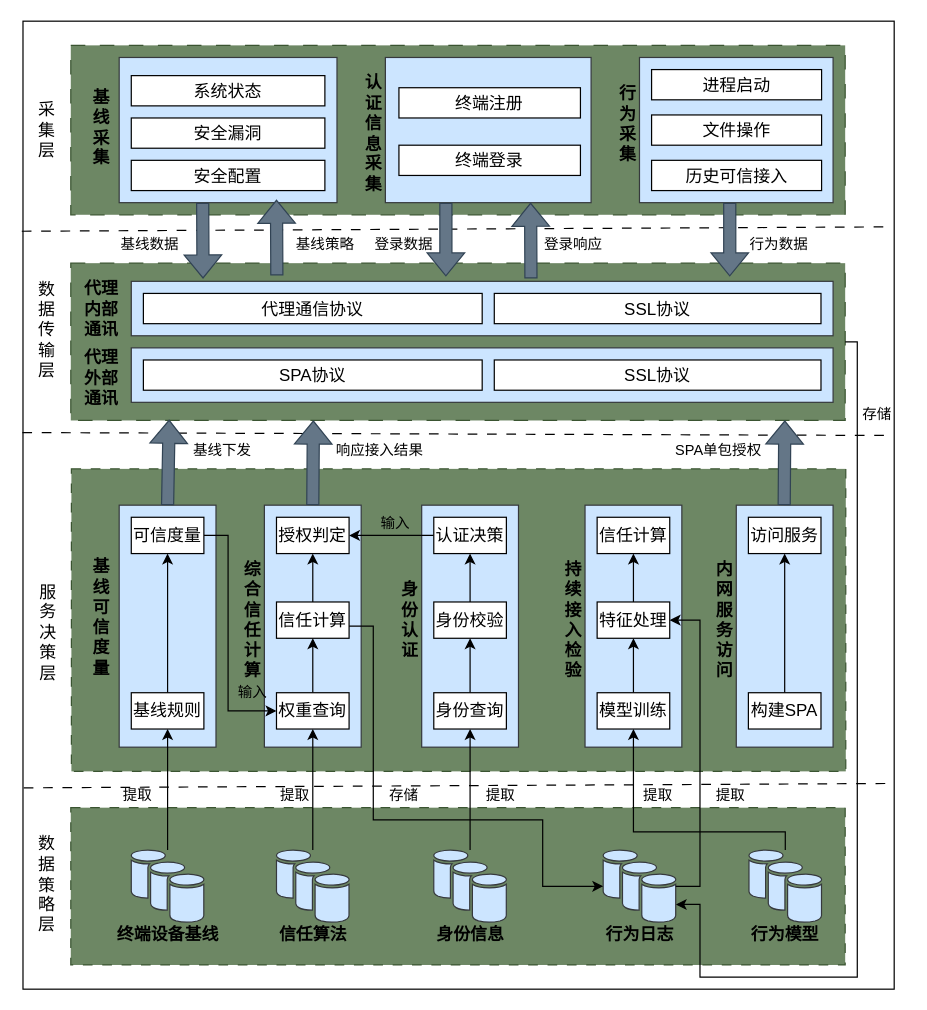
Before: testDirectory/零信任可信接入系统架构图.drawio in Moose1273/-, a draw.io diagram. Source tidied: cells renumbered, new cells numbered last; positions are measured from the earlier drawing's top-left corner, leaving out a move shared by most shapes. Both pictures are drawn from the tidied source at 121%, with x=0, y=0 at pixel (22, 21).
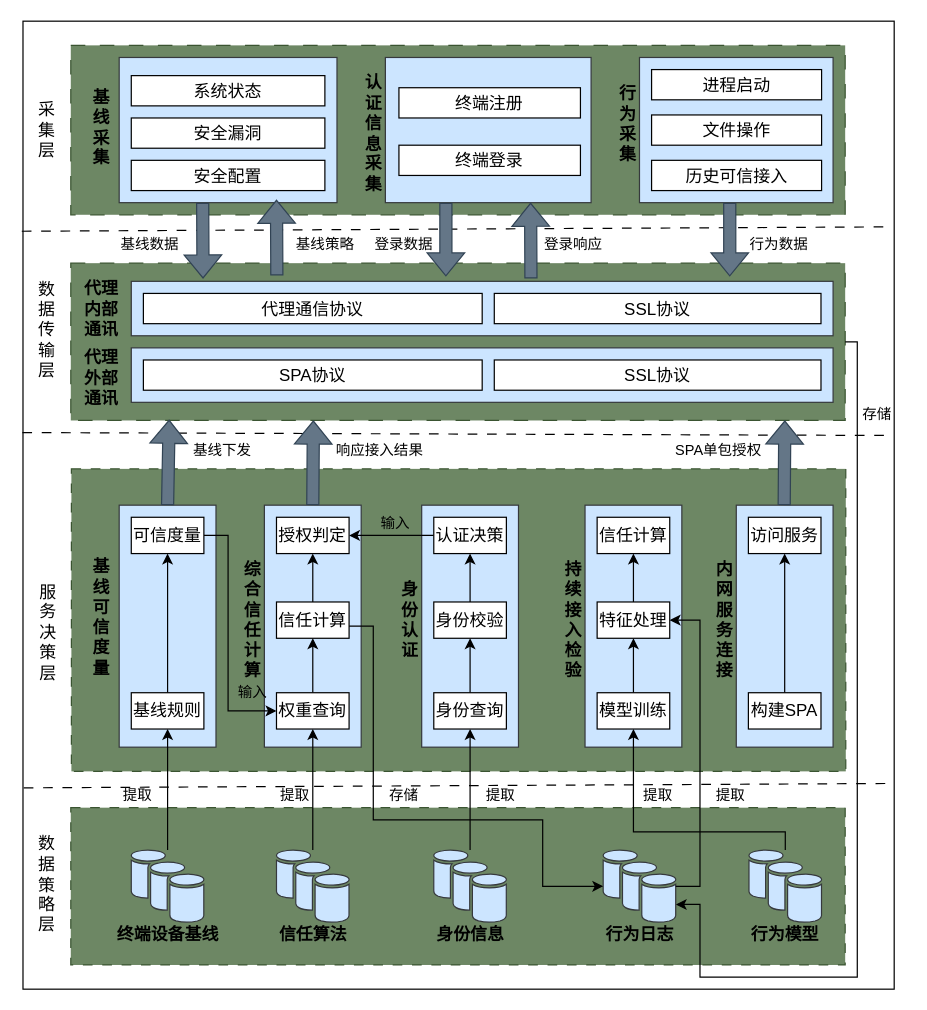
The same diagram, later.

Commit message:
更新零信任可信接入系统架构图.drawio

Change to the diagram source:
```diff
@@
-    <mxCell id="83" value="&lt;div&gt;&lt;span style=&quot;font-size: 14px;&quot;&gt;&lt;b&gt;内&lt;/b&gt;&lt;/span&gt;&lt;/div&gt;&lt;div&gt;&lt;span style=&quot;font-size: 14px;&quot;&gt;&lt;b&gt;网&lt;/b&gt;&lt;/span&gt;&lt;/div&gt;&lt;span style=&quot;font-size: 14px;&quot;&gt;&lt;b&gt;服&lt;/b&gt;&lt;/span&gt;&lt;div&gt;&lt;span style=&quot;font-size: 14px;&quot;&gt;&lt;b&gt;务&lt;/b&gt;&lt;/span&gt;&lt;/div&gt;&lt;div&gt;&lt;span style=&quot;font-size: 14px;&quot;&gt;&lt;b&gt;访&lt;/b&gt;&lt;/span&gt;&lt;/div&gt;&lt;div&gt;&lt;span style=&quot;font-size: 14px;&quot;&gt;&lt;b&gt;问&lt;/b&gt;&lt;/span&gt;&lt;/div&gt;" style="text;html=1;align=center;verticalAlign=middle;strokeColor=none;fillColor=none;" parent="1" vertex="1">
+    <mxCell id="83" value="&lt;div&gt;&lt;span style=&quot;font-size: 14px;&quot;&gt;&lt;b&gt;内&lt;/b&gt;&lt;/span&gt;&lt;/div&gt;&lt;div&gt;&lt;span style=&quot;font-size: 14px;&quot;&gt;&lt;b&gt;网&lt;/b&gt;&lt;/span&gt;&lt;/div&gt;&lt;span style=&quot;font-size: 14px;&quot;&gt;&lt;b&gt;服&lt;/b&gt;&lt;/span&gt;&lt;div&gt;&lt;span style=&quot;font-size: 14px;&quot;&gt;&lt;b&gt;务&lt;/b&gt;&lt;/span&gt;&lt;/div&gt;&lt;div&gt;&lt;span style=&quot;font-size: 14px;&quot;&gt;&lt;b&gt;连&lt;/b&gt;&lt;/span&gt;&lt;/div&gt;&lt;div&gt;&lt;span style=&quot;font-size: 14px;&quot;&gt;&lt;b&gt;接&lt;/b&gt;&lt;/span&gt;&lt;/div&gt;" style="text;html=1;align=center;verticalAlign=middle;strokeColor=none;fillColor=none;" parent="1" vertex="1">
       <mxGeometry x="560" y="440" width="40" height="110" as="geometry" />
     </mxCell>
```
